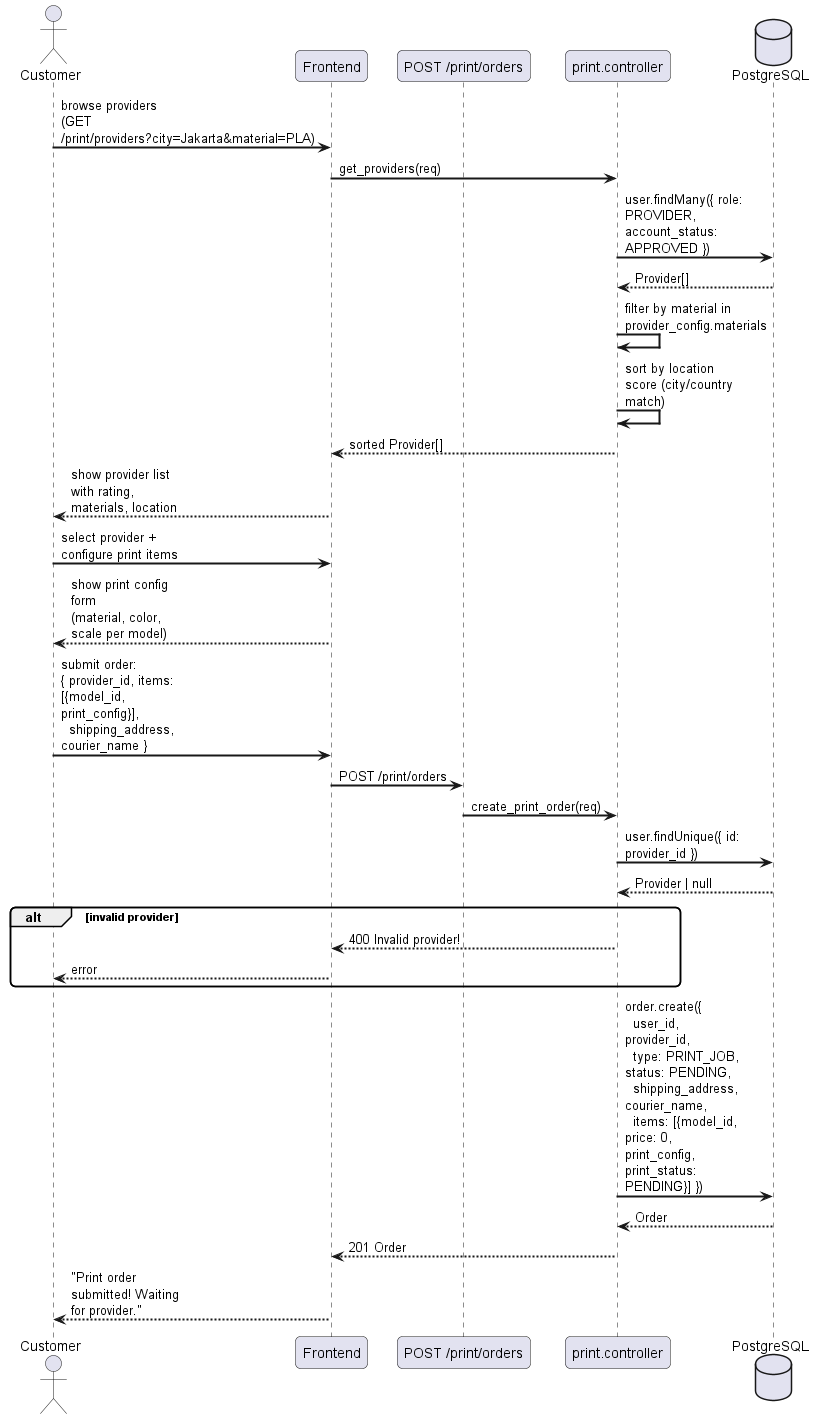
Earlier version of the PlantUML export docs/diagrams/exports/sequence/print/sequence_print_order.png (Schryzon/3Dex).
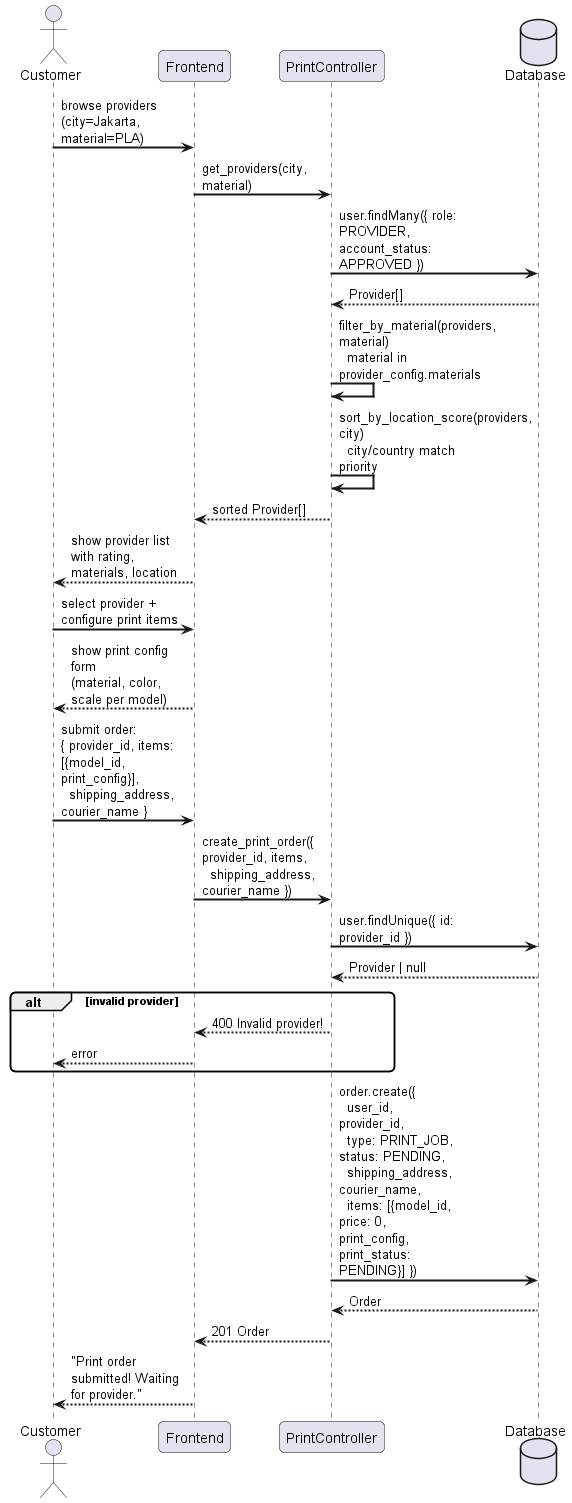
After the change.

What changed in the source:
```diff
@@ -5,24 +5,22 @@
 
 actor "Customer" as C
 participant "Frontend" as FE
-participant "POST /print/orders" as API
-participant "print.controller" as PC
-database "PostgreSQL" as DB
+participant "PrintController" as PC
+database "Database" as DB
 
-C -> FE : browse providers (GET /print/providers?city=Jakarta&material=PLA)
-FE -> PC : get_providers(req)
+C -> FE : browse providers (city=Jakarta, material=PLA)
+FE -> PC : get_providers(city, material)
 PC -> DB : user.findMany({ role: PROVIDER, account_status: APPROVED })
 DB --> PC : Provider[]
-PC -> PC : filter by material in provider_config.materials
-PC -> PC : sort by location score (city/country match)
+PC -> PC : filter_by_material(providers, material)\n  material in provider_config.materials
+PC -> PC : sort_by_location_score(providers, city)\n  city/country match priority
 PC --> FE : sorted Provider[]
 FE --> C : show provider list with rating, materials, location
 
 C -> FE : select provider + configure print items
 FE --> C : show print config form\n(material, color, scale per model)
 C -> FE : submit order:\n{ provider_id, items: [{model_id, print_config}],\n  shipping_address, courier_name }
-FE -> API : POST /print/orders
-API -> PC : create_print_order(req)
+FE -> PC : create_print_order({ provider_id, items,\n  shipping_address, courier_name })
 PC -> DB : user.findUnique({ id: provider_id })
 DB --> PC : Provider | null
 alt invalid provider
```
